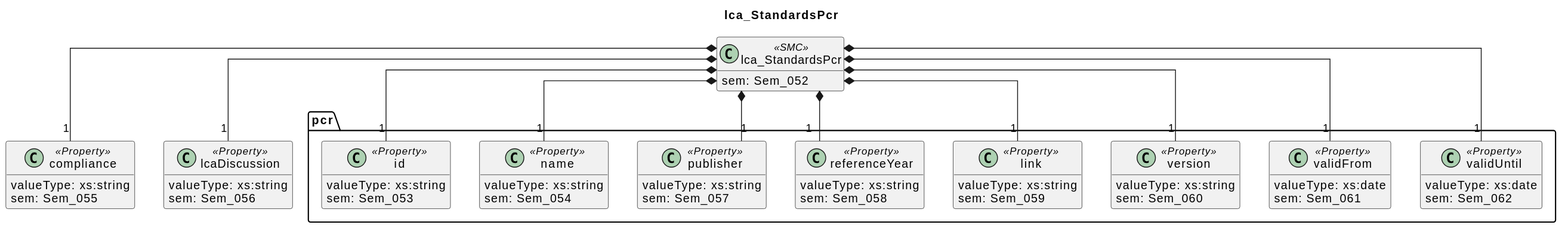
Leeeks/aas-epd-type-iii-submodel keeps this PlantUML diagram as docs/model/sections/lca_StandardsPcr.svg. Above is the earlier version.
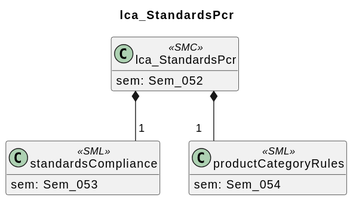
Later version of the same file.

What changed in the source:
```diff
@@ -7,55 +7,13 @@
 class lca_StandardsPcr <<SMC>> {
   sem: Sem_052
 }
-class pcr.id <<Property>> {
-  valueType: xs:string
+class standardsCompliance <<SML>> {
   sem: Sem_053
 }
-class pcr.name <<Property>> {
-  valueType: xs:string
+class productCategoryRules <<SML>> {
   sem: Sem_054
 }
-class compliance <<Property>> {
-  valueType: xs:string
-  sem: Sem_055
-}
-class lcaDiscussion <<Property>> {
-  valueType: xs:string
-  sem: Sem_056
-}
-class pcr.publisher <<Property>> {
-  valueType: xs:string
-  sem: Sem_057
-}
-class pcr.referenceYear <<Property>> {
-  valueType: xs:string
-  sem: Sem_058
-}
-class pcr.link <<Property>> {
-  valueType: xs:string
-  sem: Sem_059
-}
-class pcr.version <<Property>> {
-  valueType: xs:string
-  sem: Sem_060
-}
-class pcr.validFrom <<Property>> {
-  valueType: xs:date
-  sem: Sem_061
-}
-class pcr.validUntil <<Property>> {
-  valueType: xs:date
-  sem: Sem_062
-}
 
-lca_StandardsPcr *-- "1" pcr.id
-lca_StandardsPcr *-- "1" pcr.name
-lca_StandardsPcr *-- "1" compliance
-lca_StandardsPcr *-- "1" lcaDiscussion
-lca_StandardsPcr *-- "1" pcr.publisher
-lca_StandardsPcr *-- "1" pcr.referenceYear
-lca_StandardsPcr *-- "1" pcr.link
-lca_StandardsPcr *-- "1" pcr.version
-lca_StandardsPcr *-- "1" pcr.validFrom
-lca_StandardsPcr *-- "1" pcr.validUntil
+lca_StandardsPcr *-- "1" standardsCompliance
+lca_StandardsPcr *-- "1" productCategoryRules
 @enduml
```
